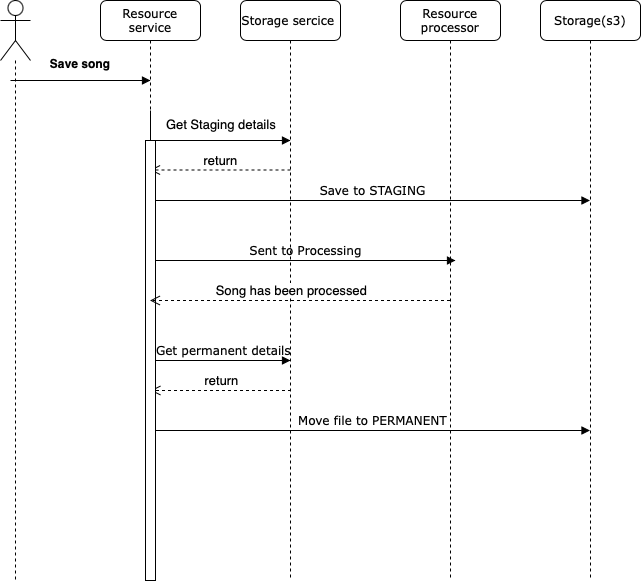
This is microservices-fundamentals/tasks/fault_tolerance/images/fault_tollerance.png from Vitaly-Work/java-courses-gen-ai-bootcamp, a draw.io export, as it was before one commit. Source tidied: cells renumbered, new cells last; positions are measured from the earlier drawing's top-left corner, leaving out a move shared by most shapes. The source it was exported from:
```xml
<mxGraphModel>
  <root>
    <mxCell id="0" />
    <mxCell id="1" parent="0" />
    <mxCell id="2" value="Storage sercice&amp;nbsp;" style="shape=umlLifeline;perimeter=lifelinePerimeter;whiteSpace=wrap;html=1;rounded=1;shadow=0;comic=0;labelBackgroundColor=none;strokeWidth=1;fontFamily=Verdana;fontSize=12;align=center;" parent="1" vertex="1">
      <mxGeometry x="240" width="100" height="580" as="geometry" />
    </mxCell>
    <mxCell id="3" style="endArrow=block;endFill=1;html=1;edgeStyle=orthogonalEdgeStyle;align=left;verticalAlign=top;rounded=0;" parent="2" edge="1">
      <mxGeometry x="-1" relative="1" as="geometry">
        <mxPoint x="-90" y="110" as="sourcePoint" />
        <mxPoint x="50" y="140" as="targetPoint" />
        <Array as="points">
          <mxPoint x="-90" y="140" />
          <mxPoint x="50" y="140" />
        </Array>
      </mxGeometry>
    </mxCell>
    <mxCell id="4" value="return" style="html=1;verticalAlign=bottom;endArrow=open;dashed=1;endSize=8;rounded=0;fontSize=13;" parent="2" edge="1" target="9">
      <mxGeometry relative="1" as="geometry">
        <mxPoint x="50" y="169.5" as="sourcePoint" />
      </mxGeometry>
    </mxCell>
    <mxCell id="5" value="return" style="html=1;verticalAlign=bottom;endArrow=open;dashed=1;endSize=8;rounded=0;fontSize=13;" parent="2" edge="1">
      <mxGeometry relative="1" as="geometry">
        <mxPoint x="50.5" y="390" as="sourcePoint" />
        <mxPoint x="-90" y="390" as="targetPoint" />
      </mxGeometry>
    </mxCell>
    <mxCell id="6" value="Resource processor" style="shape=umlLifeline;perimeter=lifelinePerimeter;whiteSpace=wrap;html=1;outlineConnect=0;rounded=1;shadow=0;comic=0;labelBackgroundColor=none;strokeWidth=1;fontFamily=Verdana;fontSize=12;align=center;" parent="1" vertex="1">
      <mxGeometry x="400" width="100" height="580" as="geometry" />
    </mxCell>
    <mxCell id="7" value="Move file to PERMANENT" style="html=1;verticalAlign=bottom;endArrow=block;labelBackgroundColor=none;fontFamily=Verdana;fontSize=12;edgeStyle=elbowEdgeStyle;elbow=vertical;" parent="6" edge="1">
      <mxGeometry relative="1" as="geometry">
        <mxPoint x="-245" y="430" as="sourcePoint" />
        <mxPoint x="189.5" y="430" as="targetPoint" />
        <Array as="points">
          <mxPoint x="-130" y="430" />
          <mxPoint x="-170" y="370" />
          <mxPoint x="-200" y="330" />
        </Array>
      </mxGeometry>
    </mxCell>
    <mxCell id="8" value="Storage(s3)" style="shape=umlLifeline;perimeter=lifelinePerimeter;whiteSpace=wrap;html=1;outlineConnect=0;rounded=1;shadow=0;comic=0;labelBackgroundColor=none;strokeWidth=1;fontFamily=Verdana;fontSize=12;align=center;" parent="1" vertex="1">
      <mxGeometry x="540" width="100" height="580" as="geometry" />
    </mxCell>
    <mxCell id="9" value="Resource service" style="shape=umlLifeline;perimeter=lifelinePerimeter;whiteSpace=wrap;html=1;outlineConnect=0;rounded=1;shadow=0;comic=0;labelBackgroundColor=none;strokeWidth=1;fontFamily=Verdana;fontSize=12;align=center;" parent="1" vertex="1">
      <mxGeometry x="100" width="100" height="580" as="geometry" />
    </mxCell>
    <mxCell id="10" style="html=1;points=[];perimeter=orthogonalPerimeter;rounded=0;shadow=0;comic=0;labelBackgroundColor=none;strokeWidth=1;fontFamily=Verdana;fontSize=12;align=center;" parent="9" vertex="1">
      <mxGeometry x="45" y="140" width="10" height="440" as="geometry" />
    </mxCell>
    <mxCell id="11" value="Get permanent details" style="html=1;verticalAlign=bottom;endArrow=block;labelBackgroundColor=none;fontFamily=Verdana;fontSize=12;" parent="1" edge="1" source="10">
      <mxGeometry relative="1" as="geometry">
        <mxPoint x="290" y="360" as="targetPoint" />
      </mxGeometry>
    </mxCell>
    <mxCell id="12" value="Save to STAGING" style="html=1;verticalAlign=bottom;endArrow=block;labelBackgroundColor=none;fontFamily=Verdana;fontSize=12;edgeStyle=elbowEdgeStyle;elbow=vertical;" parent="1" edge="1" source="10" target="8">
      <mxGeometry relative="1" as="geometry">
        <Array as="points">
          <mxPoint x="270" y="200" />
          <mxPoint x="230" y="140" />
          <mxPoint x="200" y="100" />
        </Array>
      </mxGeometry>
    </mxCell>
    <mxCell id="13" style="shape=umlLifeline;participant=umlActor;perimeter=lifelinePerimeter;whiteSpace=wrap;html=1;verticalAlign=top;spacingTop=36;size=60;" parent="1" vertex="1">
      <mxGeometry width="30" height="580" as="geometry" />
    </mxCell>
    <mxCell id="14" style="endArrow=block;endFill=1;html=1;edgeStyle=orthogonalEdgeStyle;align=left;verticalAlign=top;rounded=0;" parent="1" edge="1">
      <mxGeometry x="-1" relative="1" as="geometry">
        <mxPoint x="10" y="80" as="sourcePoint" />
        <mxPoint x="150" y="80" as="targetPoint" />
      </mxGeometry>
    </mxCell>
    <mxCell id="15" value="Save song" style="text;align=center;fontStyle=1;verticalAlign=middle;spacingLeft=3;spacingRight=3;strokeColor=none;" parent="1" vertex="1">
      <mxGeometry x="40" y="50" width="80" height="26" as="geometry" />
    </mxCell>
    <mxCell id="16" value="Get Staging details" style="text;strokeColor=none;fillColor=none;align=left;verticalAlign=top;spacingLeft=4;spacingRight=4;overflow=hidden;fontSize=13;" parent="1" vertex="1">
      <mxGeometry x="160" y="110" width="120" height="30" as="geometry" />
    </mxCell>
    <mxCell id="17" value="Song has been processed" style="html=1;verticalAlign=bottom;endArrow=open;dashed=1;endSize=8;rounded=0;fontSize=13;" parent="1" edge="1" source="6" target="9">
      <mxGeometry x="0.06" relative="1" as="geometry">
        <Array as="points">
          <mxPoint x="300" y="300" />
        </Array>
      </mxGeometry>
    </mxCell>
    <mxCell id="18" value="Sent to Processing" style="html=1;verticalAlign=bottom;endArrow=block;labelBackgroundColor=none;fontFamily=Verdana;fontSize=12;edgeStyle=elbowEdgeStyle;elbow=vertical;" parent="1" edge="1">
      <mxGeometry relative="1" as="geometry">
        <mxPoint x="155" y="260" as="sourcePoint" />
        <mxPoint x="455" y="260" as="targetPoint" />
        <Array as="points">
          <mxPoint x="270" y="260" />
          <mxPoint x="230" y="200" />
          <mxPoint x="200" y="160" />
        </Array>
      </mxGeometry>
    </mxCell>
  </root>
</mxGraphModel>
```
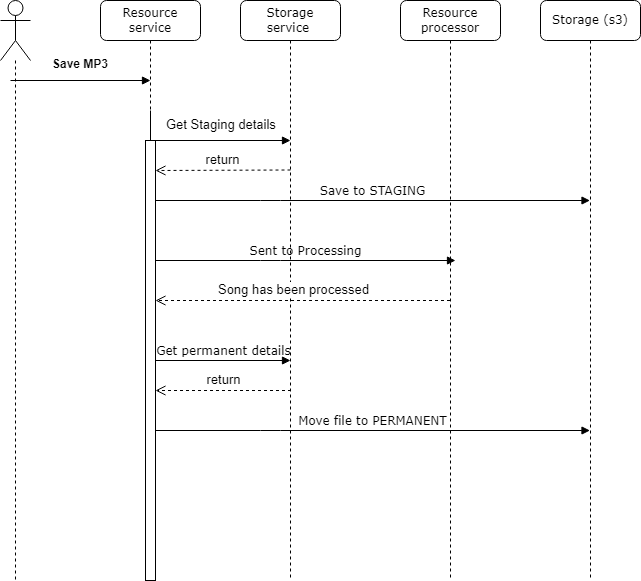
The same diagram one commit later.

Commit message:
Update README.md for fault tolerance task

Diff of the diagram source:
```diff
@@ -2,7 +2,7 @@
   <root>
     <mxCell id="0" />
     <mxCell id="1" parent="0" />
-    <mxCell id="2" value="Storage sercice&amp;nbsp;" style="shape=umlLifeline;perimeter=lifelinePerimeter;whiteSpace=wrap;html=1;rounded=1;shadow=0;comic=0;labelBackgroundColor=none;strokeWidth=1;fontFamily=Verdana;fontSize=12;align=center;" parent="1" vertex="1">
+    <mxCell id="2" value="Storage&lt;br&gt;service&amp;nbsp;" style="shape=umlLifeline;perimeter=lifelinePerimeter;whiteSpace=wrap;html=1;rounded=1;shadow=0;comic=0;labelBackgroundColor=none;strokeWidth=1;fontFamily=Verdana;fontSize=12;align=center;" parent="1" vertex="1">
       <mxGeometry x="240" width="100" height="580" as="geometry" />
     </mxCell>
     <mxCell id="3" style="endArrow=block;endFill=1;html=1;edgeStyle=orthogonalEdgeStyle;align=left;verticalAlign=top;rounded=0;" parent="2" edge="1">
@@ -15,17 +15,18 @@
         </Array>
       </mxGeometry>
     </mxCell>
+    <mxCell id="5" value="return" style="html=1;verticalAlign=bottom;endArrow=open;dashed=1;endSize=8;rounded=0;fontSize=13;" parent="2" edge="1">
+      <mxGeometry relative="1" as="geometry">
+        <mxPoint x="50.5" y="390" as="sourcePoint" />
+        <mxPoint x="-85" y="390" as="targetPoint" />
+      </mxGeometry>
+    </mxCell>
-    <mxCell id="4" value="return" style="html=1;verticalAlign=bottom;endArrow=open;dashed=1;endSize=8;rounded=0;fontSize=13;" parent="2" edge="1" target="9">
+    <mxCell id="4" value="return" style="html=1;verticalAlign=bottom;endArrow=open;dashed=1;endSize=8;rounded=0;fontSize=13;startSize=6;" parent="2" edge="1">
       <mxGeometry relative="1" as="geometry">
         <mxPoint x="50" y="169.5" as="sourcePoint" />
+        <mxPoint x="-85" y="170" as="targetPoint" />
       </mxGeometry>
     </mxCell>
-    <mxCell id="5" value="return" style="html=1;verticalAlign=bottom;endArrow=open;dashed=1;endSize=8;rounded=0;fontSize=13;" parent="2" edge="1">
-      <mxGeometry relative="1" as="geometry">
-        <mxPoint x="50.5" y="390" as="sourcePoint" />
-        <mxPoint x="-90" y="390" as="targetPoint" />
-      </mxGeometry>
-    </mxCell>
     <mxCell id="6" value="Resource processor" style="shape=umlLifeline;perimeter=lifelinePerimeter;whiteSpace=wrap;html=1;outlineConnect=0;rounded=1;shadow=0;comic=0;labelBackgroundColor=none;strokeWidth=1;fontFamily=Verdana;fontSize=12;align=center;" parent="1" vertex="1">
       <mxGeometry x="400" width="100" height="580" as="geometry" />
     </mxCell>
@@ -40,7 +41,7 @@
         </Array>
       </mxGeometry>
     </mxCell>
-    <mxCell id="8" value="Storage(s3)" style="shape=umlLifeline;perimeter=lifelinePerimeter;whiteSpace=wrap;html=1;outlineConnect=0;rounded=1;shadow=0;comic=0;labelBackgroundColor=none;strokeWidth=1;fontFamily=Verdana;fontSize=12;align=center;" parent="1" vertex="1">
+    <mxCell id="8" value="Storage (s3)" style="shape=umlLifeline;perimeter=lifelinePerimeter;whiteSpace=wrap;html=1;outlineConnect=0;rounded=1;shadow=0;comic=0;labelBackgroundColor=none;strokeWidth=1;fontFamily=Verdana;fontSize=12;align=center;" parent="1" vertex="1">
       <mxGeometry x="540" width="100" height="580" as="geometry" />
     </mxCell>
     <mxCell id="9" value="Resource service" style="shape=umlLifeline;perimeter=lifelinePerimeter;whiteSpace=wrap;html=1;outlineConnect=0;rounded=1;shadow=0;comic=0;labelBackgroundColor=none;strokeWidth=1;fontFamily=Verdana;fontSize=12;align=center;" parent="1" vertex="1">
@@ -72,14 +73,15 @@
         <mxPoint x="150" y="80" as="targetPoint" />
       </mxGeometry>
     </mxCell>
-    <mxCell id="15" value="Save song" style="text;align=center;fontStyle=1;verticalAlign=middle;spacingLeft=3;spacingRight=3;strokeColor=none;" parent="1" vertex="1">
+    <mxCell id="15" value="Save MP3" style="text;align=center;fontStyle=1;verticalAlign=middle;spacingLeft=3;spacingRight=3;strokeColor=none;" parent="1" vertex="1">
       <mxGeometry x="40" y="50" width="80" height="26" as="geometry" />
     </mxCell>
     <mxCell id="16" value="Get Staging details" style="text;strokeColor=none;fillColor=none;align=left;verticalAlign=top;spacingLeft=4;spacingRight=4;overflow=hidden;fontSize=13;" parent="1" vertex="1">
       <mxGeometry x="160" y="110" width="120" height="30" as="geometry" />
     </mxCell>
-    <mxCell id="17" value="Song has been processed" style="html=1;verticalAlign=bottom;endArrow=open;dashed=1;endSize=8;rounded=0;fontSize=13;" parent="1" edge="1" source="6" target="9">
+    <mxCell id="17" value="Song has been processed" style="html=1;verticalAlign=bottom;endArrow=open;dashed=1;endSize=8;rounded=0;fontSize=13;" parent="1" edge="1" source="6">
       <mxGeometry x="0.06" relative="1" as="geometry">
+        <mxPoint x="155" y="300" as="targetPoint" />
         <Array as="points">
           <mxPoint x="300" y="300" />
         </Array>
```
